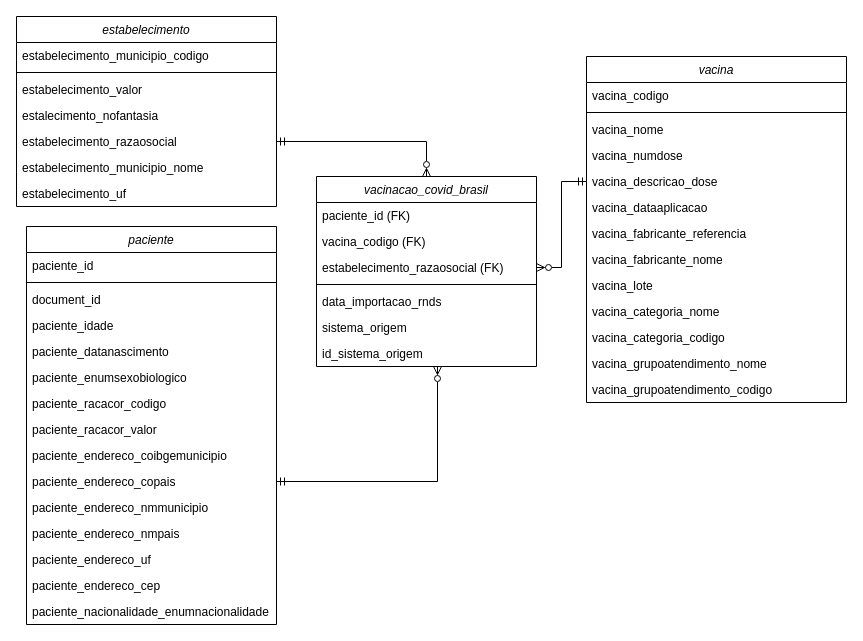
Earlier version of the draw.io diagram starSchema.drawio (troclaux/dw-trabalho-final-grupo). Source tidied: cells renumbered, new cells numbered last; positions are measured from the earlier drawing's top-left corner, leaving out a move shared by most shapes. Both pictures are drawn from the tidied source at 100%, with x=0, y=0 at pixel (16, 16).
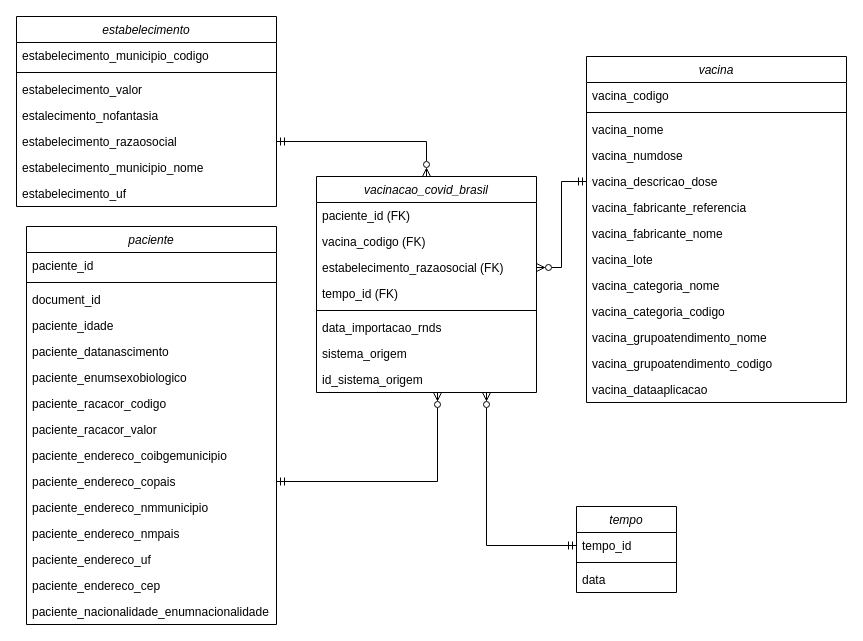
The same diagram, later.

Commit message (it also covers changes not shown here):
feat: adiciona tabela tempo e insere datas nela

The change refers to these unchanged cells:
```xml
<mxCell id="34" value="vacina" style="swimlane;fontStyle=2;align=center;verticalAlign=top;horizontal=1;startSize=26;rounded=0;shadow=0;strokeWidth=1;" parent="1" vertex="1">
  <mxGeometry x="570" y="40" width="260" height="346" as="geometry" />
</mxCell>
```

The edit, as a diff of the source:
```diff
@@
     <mxCell id="18" value="vacinacao_covid_brasil" style="swimlane;fontStyle=2;align=center;verticalAlign=top;horizontal=1;startSize=26;rounded=0;shadow=0;strokeWidth=1;" parent="1" vertex="1">
-      <mxGeometry x="300" y="160" width="220" height="190" as="geometry" />
+      <mxGeometry x="300" y="160" width="220" height="216" as="geometry" />
     </mxCell>
@@
+    <mxCell id="51" value="tempo_id (FK)" style="text;align=left;verticalAlign=top;spacingLeft=4;spacingRight=4;overflow=hidden;rounded=0;shadow=0;html=0;" parent="18" vertex="1">
+      <mxGeometry y="104" width="220" height="26" as="geometry" />
+    </mxCell>
     <mxCell id="22" style="line;html=1;strokeWidth=1;align=left;verticalAlign=middle;spacingTop=-1;spacingLeft=3;spacingRight=3;labelPosition=right;" parent="18" vertex="1">
-      <mxGeometry y="104" width="220" height="8" as="geometry" />
+      <mxGeometry y="130" width="220" height="8" as="geometry" />
     </mxCell>
     <mxCell id="23" value="data_importacao_rnds" style="text;align=left;verticalAlign=top;spacingLeft=4;spacingRight=4;overflow=hidden;" parent="18" vertex="1">
-      <mxGeometry y="112" width="220" height="26" as="geometry" />
+      <mxGeometry y="138" width="220" height="26" as="geometry" />
     </mxCell>
     <mxCell id="24" value="sistema_origem" style="text;align=left;verticalAlign=top;spacingLeft=4;spacingRight=4;overflow=hidden;" parent="18" vertex="1">
-      <mxGeometry y="138" width="220" height="26" as="geometry" />
+      <mxGeometry y="164" width="220" height="26" as="geometry" />
     </mxCell>
     <mxCell id="25" value="id_sistema_origem" style="text;align=left;verticalAlign=top;spacingLeft=4;spacingRight=4;overflow=hidden;points=[[0,0.5],[1,0.5]];portConstraint=eastwest;" parent="18" vertex="1">
-      <mxGeometry y="164" width="220" height="26" as="geometry" />
+      <mxGeometry y="190" width="220" height="26" as="geometry" />
     </mxCell>
@@
-    <mxCell id="40" value="vacina_dataaplicacao" style="text;align=left;verticalAlign=top;spacingLeft=4;spacingRight=4;overflow=hidden;" parent="34" vertex="1">
-      <mxGeometry y="138" width="260" height="26" as="geometry" />
-    </mxCell>
     <mxCell id="41" value="vacina_fabricante_referencia" style="text;align=left;verticalAlign=top;spacingLeft=4;spacingRight=4;overflow=hidden;" parent="34" vertex="1">
-      <mxGeometry y="164" width="260" height="26" as="geometry" />
+      <mxGeometry y="138" width="260" height="26" as="geometry" />
     </mxCell>
     <mxCell id="42" value="vacina_fabricante_nome" style="text;align=left;verticalAlign=top;spacingLeft=4;spacingRight=4;overflow=hidden;" parent="34" vertex="1">
-      <mxGeometry y="190" width="260" height="26" as="geometry" />
+      <mxGeometry y="164" width="260" height="26" as="geometry" />
     </mxCell>
     <mxCell id="43" value="vacina_lote" style="text;align=left;verticalAlign=top;spacingLeft=4;spacingRight=4;overflow=hidden;" parent="34" vertex="1">
-      <mxGeometry y="216" width="260" height="26" as="geometry" />
+      <mxGeometry y="190" width="260" height="26" as="geometry" />
     </mxCell>
     <mxCell id="44" value="vacina_categoria_nome" style="text;align=left;verticalAlign=top;spacingLeft=4;spacingRight=4;overflow=hidden;" parent="34" vertex="1">
-      <mxGeometry y="242" width="260" height="26" as="geometry" />
+      <mxGeometry y="216" width="260" height="26" as="geometry" />
     </mxCell>
     <mxCell id="45" value="vacina_categoria_codigo" style="text;align=left;verticalAlign=top;spacingLeft=4;spacingRight=4;overflow=hidden;" parent="34" vertex="1">
-      <mxGeometry y="268" width="260" height="26" as="geometry" />
+      <mxGeometry y="242" width="260" height="26" as="geometry" />
     </mxCell>
     <mxCell id="46" value="vacina_grupoatendimento_nome" style="text;align=left;verticalAlign=top;spacingLeft=4;spacingRight=4;overflow=hidden;" parent="34" vertex="1">
-      <mxGeometry y="294" width="260" height="26" as="geometry" />
+      <mxGeometry y="268" width="260" height="26" as="geometry" />
     </mxCell>
     <mxCell id="47" value="vacina_grupoatendimento_codigo" style="text;align=left;verticalAlign=top;spacingLeft=4;spacingRight=4;overflow=hidden;" parent="34" vertex="1">
-      <mxGeometry y="320" width="260" height="26" as="geometry" />
+      <mxGeometry y="294" width="260" height="26" as="geometry" />
     </mxCell>
+    <mxCell id="40" value="vacina_dataaplicacao" style="text;align=left;verticalAlign=top;spacingLeft=4;spacingRight=4;overflow=hidden;" parent="34" vertex="1">
+      <mxGeometry y="320" width="260" height="26" as="geometry" />
+    </mxCell>
@@
+    <mxCell id="52" value="tempo" style="swimlane;fontStyle=2;align=center;verticalAlign=top;horizontal=1;startSize=26;rounded=0;shadow=0;strokeWidth=1;" parent="1" vertex="1">
+      <mxGeometry x="560" y="490" width="100" height="86" as="geometry" />
+    </mxCell>
+    <mxCell id="53" value="tempo_id" style="text;align=left;verticalAlign=top;spacingLeft=4;spacingRight=4;overflow=hidden;" parent="52" vertex="1">
+      <mxGeometry y="26" width="100" height="26" as="geometry" />
+    </mxCell>
+    <mxCell id="54" style="line;html=1;strokeWidth=1;align=left;verticalAlign=middle;spacingTop=-1;spacingLeft=3;spacingRight=3;labelPosition=right;" parent="52" vertex="1">
+      <mxGeometry y="52" width="100" height="8" as="geometry" />
+    </mxCell>
+    <mxCell id="55" value="data" style="text;align=left;verticalAlign=top;spacingLeft=4;spacingRight=4;overflow=hidden;" parent="52" vertex="1">
+      <mxGeometry y="60" width="100" height="26" as="geometry" />
+    </mxCell>
+    <mxCell id="56" style="edgeStyle=orthogonalEdgeStyle;rounded=0;jettySize=auto;html=1;startArrow=ERmandOne;startFill=0;endArrow=ERzeroToMany;endFill=0;exitX=0;exitY=0.5;exitDx=0;exitDy=0;" parent="1" edge="1" target="25">
+      <mxGeometry relative="1" as="geometry">
+        <mxPoint x="560" y="529" as="sourcePoint" />
+        <Array as="points">
+          <mxPoint x="470" y="529" />
+        </Array>
+      </mxGeometry>
+    </mxCell>
```
